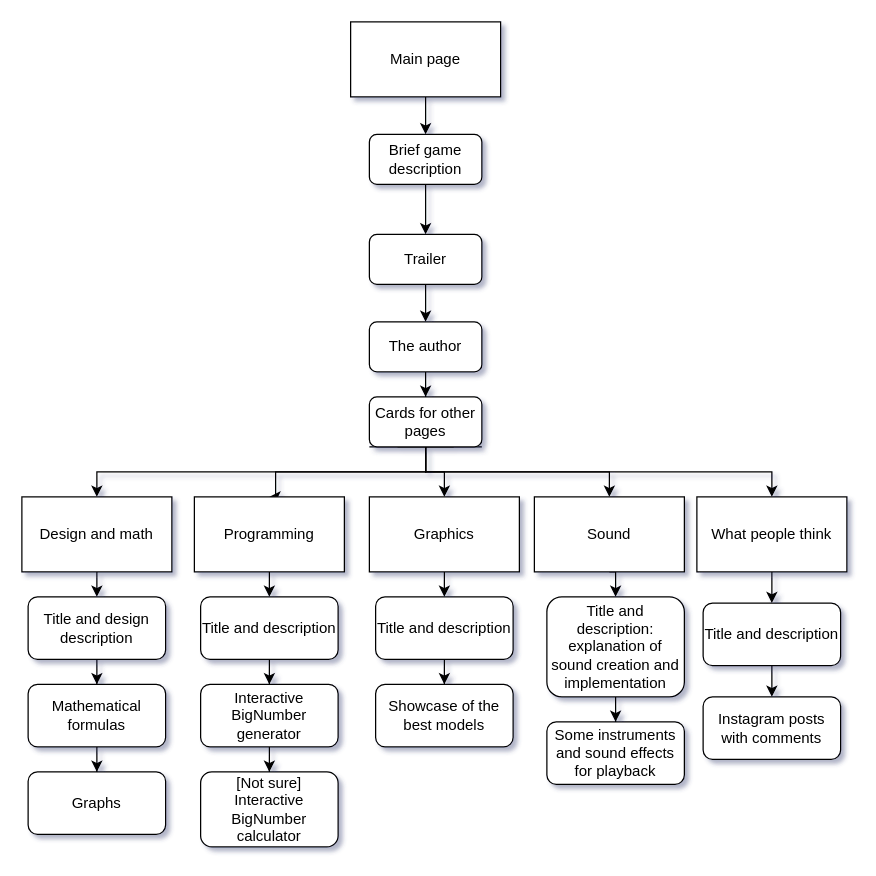
Before: MusiclickerWebsite-UX.drawio in LucaVaccari/Musiclicker-website, a draw.io diagram. Source tidied: cells renumbered, new cells numbered last; positions are measured from the earlier drawing's top-left corner, leaving out a move shared by most shapes. Both pictures are drawn from the tidied source at 125%, with x=0, y=0 at pixel (21, 21).
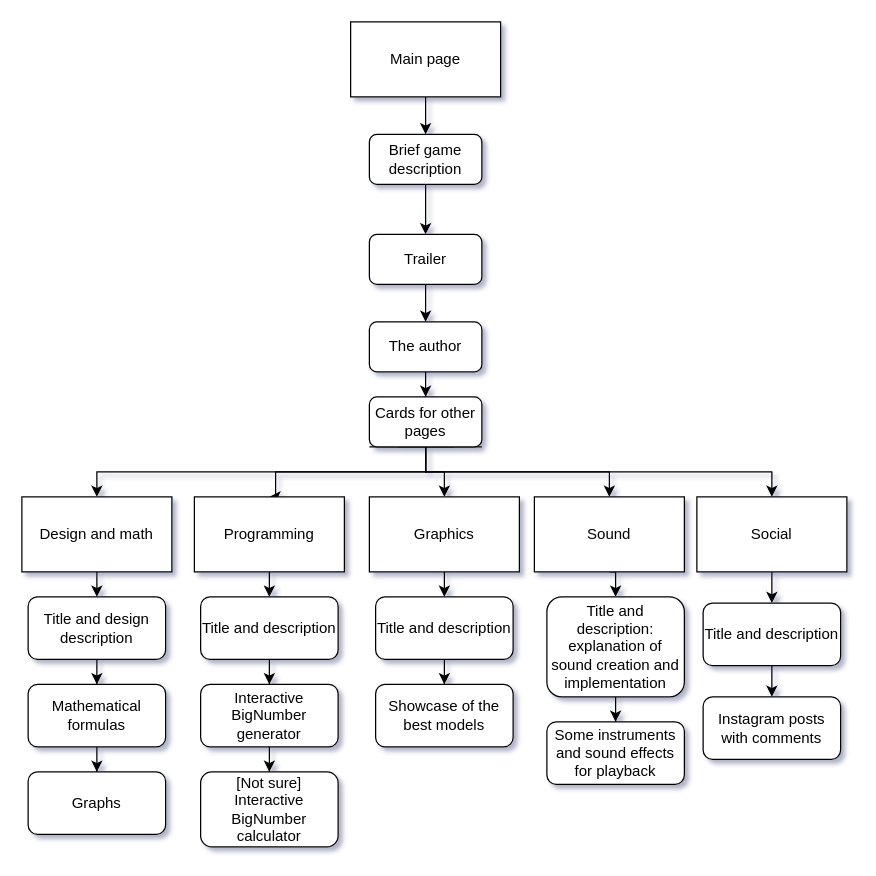
Above is the later version.

The edit, as a diff of the source:
```diff
@@
-    <mxCell id="23" value="What people think" style="rounded=0;whiteSpace=wrap;html=1;" parent="1" vertex="1">
+    <mxCell id="23" value="Social" style="rounded=0;whiteSpace=wrap;html=1;" parent="1" vertex="1">
       <mxGeometry x="540" y="380" width="120" height="60" as="geometry" />
     </mxCell>
```
